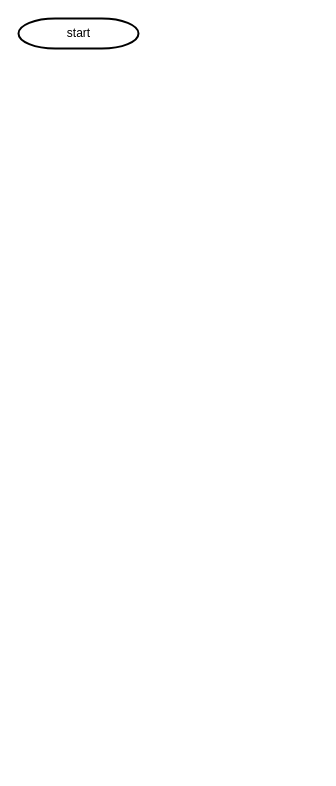
Earlier version of the draw.io diagram 流程图.drawio (MY-EDOG/MyRepository). Source tidied: cells renumbered, new cells numbered last; positions are measured from the earlier drawing's top-left corner, leaving out a move shared by most shapes. Both pictures are drawn from the tidied source at 100%, with x=0, y=0 at pixel (18, 18).
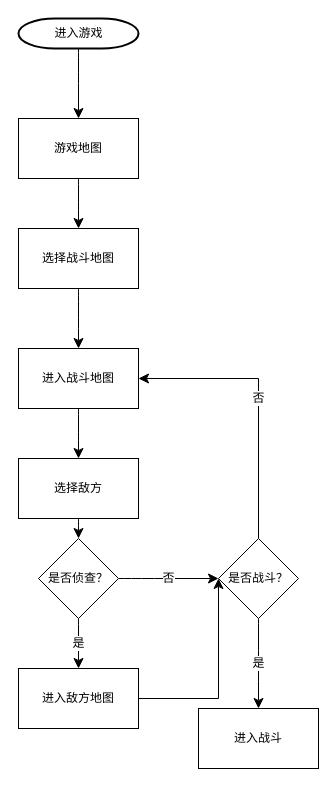
Above is the later version.

Commit message (it also covers changes not shown here):
更新流程图.drawio

Diff of the diagram source:
```diff
@@
-    <mxCell id="2" value="start" style="shape=mxgraph.flowchart.terminator;strokeWidth=2;gradientColor=none;gradientDirection=north;fontStyle=0;html=1;" parent="1" vertex="1">
+    <mxCell id="2" value="进入游戏" style="shape=mxgraph.flowchart.terminator;strokeWidth=2;gradientColor=none;gradientDirection=north;fontStyle=0;html=1;" parent="1" vertex="1">
       <mxGeometry width="120" height="30" as="geometry" />
     </mxCell>
+    <mxCell id="3" style="edgeStyle=none;curved=1;rounded=0;jettySize=auto;html=1;entryX=0.5;entryY=0;entryDx=0;entryDy=0;fontSize=12;startSize=8;endSize=8;" parent="1" edge="1" source="4" target="6">
+      <mxGeometry relative="1" as="geometry" />
+    </mxCell>
+    <mxCell id="4" value="游戏地图" style="whiteSpace=wrap;html=1;" parent="1" vertex="1">
+      <mxGeometry y="100" width="120" height="60" as="geometry" />
+    </mxCell>
+    <mxCell id="5" style="edgeStyle=none;curved=1;rounded=0;jettySize=auto;html=1;entryX=0.5;entryY=0;entryDx=0;entryDy=0;fontSize=12;startSize=8;endSize=8;" parent="1" edge="1" source="6" target="8">
+      <mxGeometry relative="1" as="geometry" />
+    </mxCell>
+    <mxCell id="6" value="选择战斗地图" style="whiteSpace=wrap;html=1;" parent="1" vertex="1">
+      <mxGeometry y="210" width="120" height="60" as="geometry" />
+    </mxCell>
+    <mxCell id="7" style="edgeStyle=none;curved=1;rounded=0;jettySize=auto;html=1;entryX=0.5;entryY=0;entryDx=0;entryDy=0;fontSize=12;startSize=8;endSize=8;" parent="1" edge="1" source="8" target="11">
+      <mxGeometry relative="1" as="geometry" />
+    </mxCell>
+    <mxCell id="8" value="进入战斗地图" style="whiteSpace=wrap;html=1;" parent="1" vertex="1">
+      <mxGeometry y="330" width="120" height="60" as="geometry" />
+    </mxCell>
+    <mxCell id="9" style="edgeStyle=none;jettySize=auto;html=1;rounded=0;fontSize=12;startSize=8;endSize=8;curved=1;exitX=0.5;exitY=1;exitDx=0;exitDy=0;exitPerimeter=0;entryX=0.5;entryY=0;entryDx=0;entryDy=0;" parent="1" edge="1" source="2" target="4">
+      <mxGeometry relative="1" as="geometry" />
+    </mxCell>
+    <mxCell id="10" style="edgeStyle=none;curved=1;rounded=0;jettySize=auto;html=1;entryX=0.5;entryY=0;entryDx=0;entryDy=0;fontSize=12;startSize=8;endSize=8;" parent="1" edge="1" source="11" target="14">
+      <mxGeometry relative="1" as="geometry" />
+    </mxCell>
+    <mxCell id="11" value="选择敌方" style="whiteSpace=wrap;html=1;" parent="1" vertex="1">
+      <mxGeometry y="440" width="120" height="60" as="geometry" />
+    </mxCell>
+    <mxCell id="12" value="否" style="edgeStyle=none;curved=1;rounded=0;jettySize=auto;html=1;entryX=0;entryY=0.5;entryDx=0;entryDy=0;fontSize=12;startSize=8;endSize=8;" parent="1" edge="1" source="14" target="17">
+      <mxGeometry relative="1" as="geometry" />
+    </mxCell>
+    <mxCell id="13" value="是" style="edgeStyle=none;curved=1;rounded=0;jettySize=auto;html=1;entryX=0.5;entryY=0;entryDx=0;entryDy=0;fontSize=12;startSize=8;endSize=8;" parent="1" edge="1" source="14" target="20">
+      <mxGeometry relative="1" as="geometry" />
+    </mxCell>
+    <mxCell id="14" value="是否侦查？" style="rhombus;whiteSpace=wrap;html=1;" parent="1" vertex="1">
+      <mxGeometry x="20" y="520" width="80" height="80" as="geometry" />
+    </mxCell>
+    <mxCell id="15" value="否" style="edgeStyle=orthogonalEdgeStyle;rounded=0;jettySize=auto;html=1;fontSize=12;startSize=8;endSize=8;entryX=1;entryY=0.5;entryDx=0;entryDy=0;exitX=0.5;exitY=0;exitDx=0;exitDy=0;" parent="1" edge="1" source="17" target="8">
+      <mxGeometry relative="1" as="geometry">
+        <Array as="points">
+          <mxPoint x="240" y="360" />
+        </Array>
+      </mxGeometry>
+    </mxCell>
+    <mxCell id="16" value="是" style="edgeStyle=none;curved=1;rounded=0;jettySize=auto;html=1;entryX=0.5;entryY=0;entryDx=0;entryDy=0;fontSize=12;startSize=8;endSize=8;" parent="1" edge="1" source="17" target="18">
+      <mxGeometry relative="1" as="geometry" />
+    </mxCell>
+    <mxCell id="17" value="是否战斗？" style="rhombus;whiteSpace=wrap;html=1;" parent="1" vertex="1">
+      <mxGeometry x="200" y="520" width="80" height="80" as="geometry" />
+    </mxCell>
+    <mxCell id="18" value="进入战斗" style="whiteSpace=wrap;html=1;" parent="1" vertex="1">
+      <mxGeometry x="180" y="690" width="120" height="60" as="geometry" />
+    </mxCell>
+    <mxCell id="19" style="edgeStyle=orthogonalEdgeStyle;rounded=0;jettySize=auto;html=1;entryX=0;entryY=0.5;entryDx=0;entryDy=0;fontSize=12;startSize=8;endSize=8;exitX=1;exitY=0.5;exitDx=0;exitDy=0;" parent="1" edge="1" source="20" target="17">
+      <mxGeometry relative="1" as="geometry">
+        <Array as="points">
+          <mxPoint x="200" y="680" />
+        </Array>
+      </mxGeometry>
+    </mxCell>
+    <mxCell id="20" value="进入敌方地图" style="whiteSpace=wrap;html=1;" parent="1" vertex="1">
+      <mxGeometry y="650" width="120" height="60" as="geometry" />
+    </mxCell>
```
